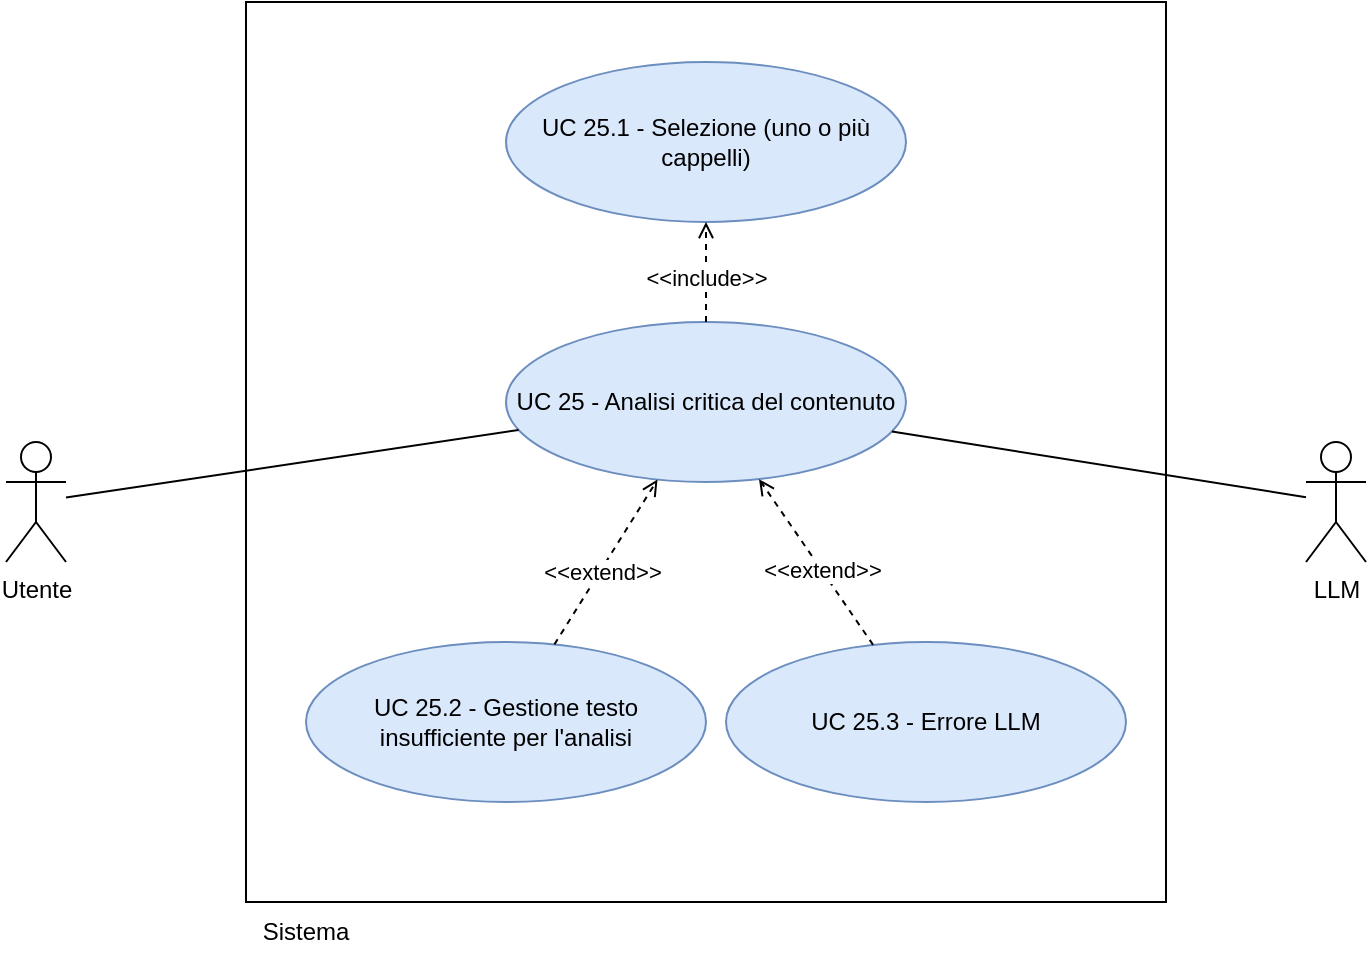
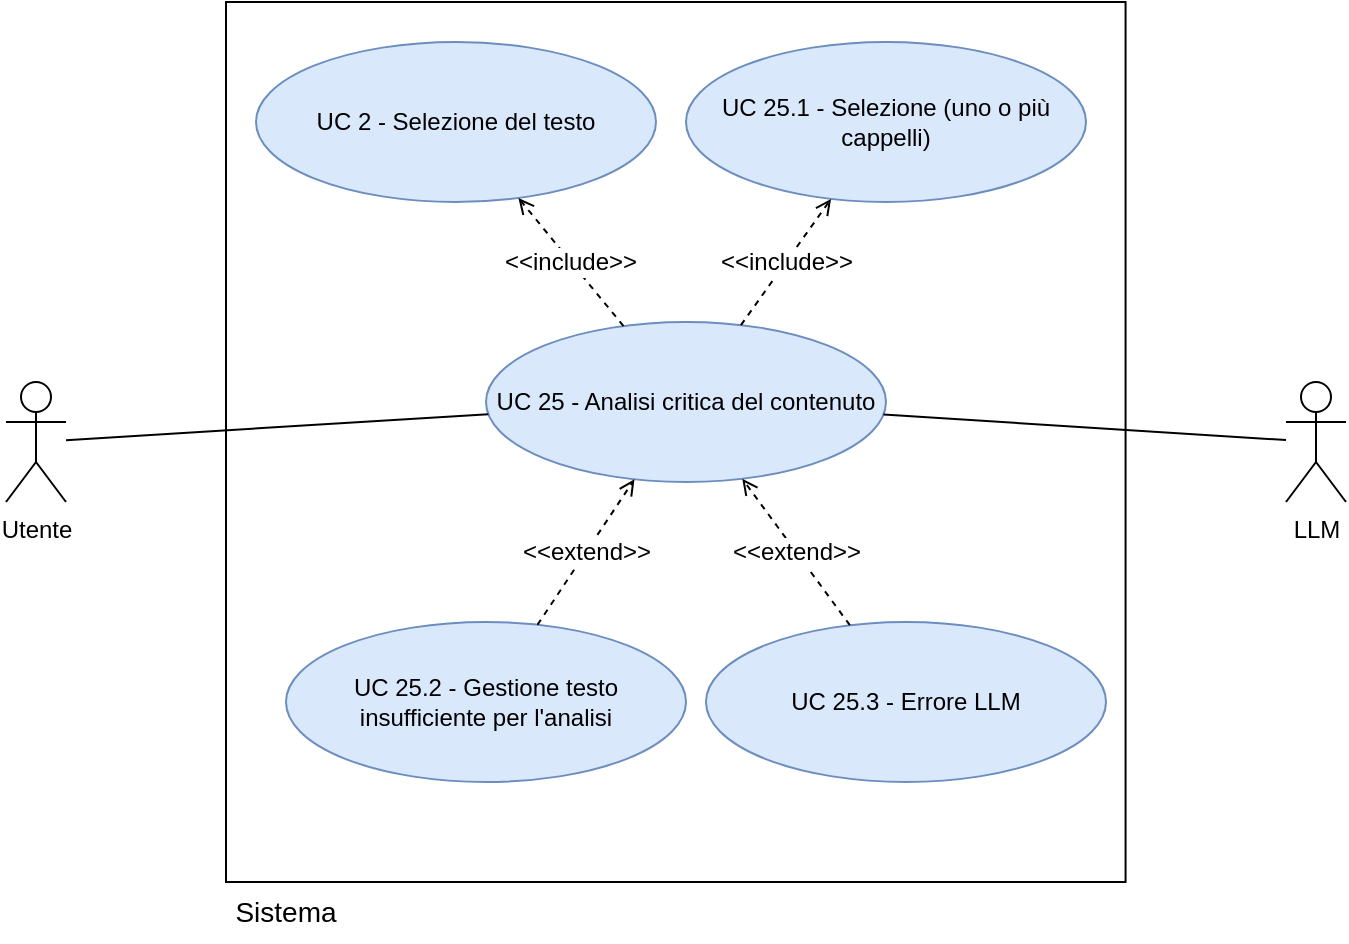
- <mxfile host="app.diagrams.net">
-   <diagram name="UC 11 - Gestione Codice" id="Kt2Dgr2KxfvWRwyXOeAN">
-     <mxGraphModel dx="1134" dy="789" grid="1" gridSize="10" guides="1" tooltips="1" connect="1" arrows="1" fold="1" page="1" pageScale="1" pageWidth="850" pageHeight="1100" math="0" shadow="0">
-       <root>
-         <mxCell id="0" />
-         <mxCell id="1" parent="0" />
-         <mxCell id="p2sep0m7qQ60FvVHNfT_-284" parent="1" style="shape=umlActor;verticalLabelPosition=bottom;verticalAlign=top;html=1;outlineConnect=0;" value="Utente" vertex="1">
-           <mxGeometry height="60" width="30" x="90" y="400" as="geometry" />
-         </mxCell>
-         <mxCell id="p2sep0m7qQ60FvVHNfT_-285" parent="1" style="shape=umlActor;verticalLabelPosition=bottom;verticalAlign=top;html=1;outlineConnect=0;" value="LLM" vertex="1">
-           <mxGeometry height="60" width="30" x="740" y="400" as="geometry" />
-         </mxCell>
-         <mxCell id="p2sep0m7qQ60FvVHNfT_-286" parent="1" style="whiteSpace=wrap;html=1;aspect=fixed;" value="" vertex="1">
-           <mxGeometry height="450" width="460" x="210" y="180" as="geometry" />
-         </mxCell>
-         <mxCell id="p2sep0m7qQ60FvVHNfT_-287" parent="1" style="text;html=1;whiteSpace=wrap;strokeColor=none;fillColor=none;align=center;verticalAlign=middle;rounded=0;" value="Sistema" vertex="1">
-           <mxGeometry height="30" width="60" x="210" y="630" as="geometry" />
-         </mxCell>
-         <mxCell id="p2sep0m7qQ60FvVHNfT_-288" parent="1" style="ellipse;whiteSpace=wrap;html=1;fillColor=#dae8fc;strokeColor=#6c8ebf;" value="UC 25 - Analisi critica del contenuto" vertex="1">
-           <mxGeometry height="80" width="200" x="340" y="340" as="geometry" />
-         </mxCell>
-         <mxCell id="p2sep0m7qQ60FvVHNfT_-289" parent="1" style="ellipse;whiteSpace=wrap;html=1;fillColor=#dae8fc;strokeColor=#6c8ebf;" value="UC 25.1 - Selezione (uno o più cappelli)" vertex="1">
-           <mxGeometry height="80" width="200" x="340" y="210" as="geometry" />
-         </mxCell>
-         <mxCell id="p2sep0m7qQ60FvVHNfT_-290" parent="1" style="ellipse;whiteSpace=wrap;html=1;fillColor=#dae8fc;strokeColor=#6c8ebf;" value="UC 25.2 - Gestione testo insufficiente per l&#39;analisi" vertex="1">
-           <mxGeometry height="80" width="200" x="240" y="500" as="geometry" />
-         </mxCell>
-         <mxCell id="p2sep0m7qQ60FvVHNfT_-291" parent="1" style="ellipse;whiteSpace=wrap;html=1;fillColor=#dae8fc;strokeColor=#6c8ebf;" value="UC 25.3 - Errore LLM" vertex="1">
-           <mxGeometry height="80" width="200" x="450" y="500" as="geometry" />
-         </mxCell>
-         <mxCell id="p2sep0m7qQ60FvVHNfT_-292" edge="1" parent="1" source="p2sep0m7qQ60FvVHNfT_-284" style="edgeStyle=none;rounded=0;orthogonalLoop=1;jettySize=auto;html=1;endArrow=none;endFill=0;" target="p2sep0m7qQ60FvVHNfT_-288">
-           <mxGeometry relative="1" as="geometry" />
-         </mxCell>
-         <mxCell id="p2sep0m7qQ60FvVHNfT_-293" edge="1" parent="1" source="p2sep0m7qQ60FvVHNfT_-285" style="edgeStyle=none;rounded=0;orthogonalLoop=1;jettySize=auto;html=1;endArrow=none;endFill=0;" target="p2sep0m7qQ60FvVHNfT_-288">
-           <mxGeometry relative="1" as="geometry" />
-         </mxCell>
-         <mxCell id="p2sep0m7qQ60FvVHNfT_-294" edge="1" parent="1" source="p2sep0m7qQ60FvVHNfT_-288" style="edgeStyle=none;rounded=0;orthogonalLoop=1;jettySize=auto;html=1;endArrow=open;endFill=0;dashed=1;" target="p2sep0m7qQ60FvVHNfT_-289">
-           <mxGeometry relative="1" as="geometry" />
-         </mxCell>
-         <mxCell id="p2sep0m7qQ60FvVHNfT_-295" connectable="0" parent="p2sep0m7qQ60FvVHNfT_-294" style="edgeLabel;html=1;align=center;verticalAlign=middle;resizable=0;points=[];" value="&amp;lt;&amp;lt;include&amp;gt;&amp;gt;" vertex="1">
-           <mxGeometry relative="1" x="-0.1" as="geometry">
-             <mxPoint as="offset" />
-           </mxGeometry>
-         </mxCell>
-         <mxCell id="p2sep0m7qQ60FvVHNfT_-296" edge="1" parent="1" source="p2sep0m7qQ60FvVHNfT_-290" style="edgeStyle=none;rounded=0;orthogonalLoop=1;jettySize=auto;html=1;endArrow=open;endFill=0;dashed=1;" target="p2sep0m7qQ60FvVHNfT_-288">
-           <mxGeometry relative="1" as="geometry" />
-         </mxCell>
-         <mxCell id="p2sep0m7qQ60FvVHNfT_-297" connectable="0" parent="p2sep0m7qQ60FvVHNfT_-296" style="edgeLabel;html=1;align=center;verticalAlign=middle;resizable=0;points=[];" value="&amp;lt;&amp;lt;extend&amp;gt;&amp;gt;" vertex="1">
-           <mxGeometry relative="1" x="-0.1" as="geometry">
-             <mxPoint as="offset" />
-           </mxGeometry>
-         </mxCell>
-         <mxCell id="p2sep0m7qQ60FvVHNfT_-298" edge="1" parent="1" source="p2sep0m7qQ60FvVHNfT_-291" style="edgeStyle=none;rounded=0;orthogonalLoop=1;jettySize=auto;html=1;endArrow=open;endFill=0;dashed=1;" target="p2sep0m7qQ60FvVHNfT_-288">
-           <mxGeometry relative="1" as="geometry" />
-         </mxCell>
-         <mxCell id="p2sep0m7qQ60FvVHNfT_-299" connectable="0" parent="p2sep0m7qQ60FvVHNfT_-298" style="edgeLabel;html=1;align=center;verticalAlign=middle;resizable=0;points=[];" value="&amp;lt;&amp;lt;extend&amp;gt;&amp;gt;" vertex="1">
-           <mxGeometry relative="1" x="-0.1" as="geometry">
-             <mxPoint as="offset" />
-           </mxGeometry>
-         </mxCell>
-       </root>
-     </mxGraphModel>
-   </diagram>
- </mxfile>
+ <mxGraphModel dx="1131" dy="591" grid="1" gridSize="10" guides="1" tooltips="1" connect="1" arrows="1" fold="1" page="1" pageScale="1" pageWidth="850" pageHeight="1100" math="0" shadow="0">
+   <root>
+     <mxCell id="0" />
+     <mxCell id="1" parent="0" />
+     <mxCell id="p2sep0m7qQ60FvVHNfT_-284" parent="1" style="shape=umlActor;verticalLabelPosition=bottom;verticalAlign=top;html=1;outlineConnect=0;" value="Utente" vertex="1">
+       <mxGeometry height="60" width="30" x="100" y="370" as="geometry" />
+     </mxCell>
+     <mxCell id="p2sep0m7qQ60FvVHNfT_-285" parent="1" style="shape=umlActor;verticalLabelPosition=bottom;verticalAlign=top;html=1;outlineConnect=0;" value="LLM" vertex="1">
+       <mxGeometry height="60" width="30" x="740" y="370" as="geometry" />
+     </mxCell>
+     <mxCell id="p2sep0m7qQ60FvVHNfT_-286" parent="1" style="whiteSpace=wrap;html=1;aspect=fixed;" value="" vertex="1">
+       <mxGeometry height="440" width="449.78" x="210" y="180" as="geometry" />
+     </mxCell>
+     <mxCell id="p2sep0m7qQ60FvVHNfT_-287" parent="1" style="text;html=1;whiteSpace=wrap;strokeColor=none;fillColor=none;align=center;verticalAlign=middle;rounded=0;strokeWidth=4;" value="&lt;font style=&quot;font-size: 14px;&quot;&gt;Sistema&lt;/font&gt;" vertex="1">
+       <mxGeometry height="30" width="60" x="210" y="620" as="geometry" />
+     </mxCell>
+     <mxCell id="p2sep0m7qQ60FvVHNfT_-288" parent="1" style="ellipse;whiteSpace=wrap;html=1;fillColor=#dae8fc;strokeColor=#6c8ebf;" value="UC 25 - Analisi critica del contenuto" vertex="1">
+       <mxGeometry height="80" width="200" x="340" y="340" as="geometry" />
+     </mxCell>
+     <mxCell id="p2sep0m7qQ60FvVHNfT_-289" parent="1" style="ellipse;whiteSpace=wrap;html=1;fillColor=#dae8fc;strokeColor=#6c8ebf;" value="UC 25.1 - Selezione (uno o più cappelli)" vertex="1">
+       <mxGeometry height="80" width="200" x="440" y="200" as="geometry" />
+     </mxCell>
+     <mxCell id="p2sep0m7qQ60FvVHNfT_-290" parent="1" style="ellipse;whiteSpace=wrap;html=1;fillColor=#dae8fc;strokeColor=#6c8ebf;" value="UC 25.2 - Gestione testo insufficiente per l&#39;analisi" vertex="1">
+       <mxGeometry height="80" width="200" x="240" y="490" as="geometry" />
+     </mxCell>
+     <mxCell id="p2sep0m7qQ60FvVHNfT_-291" parent="1" style="ellipse;whiteSpace=wrap;html=1;fillColor=#dae8fc;strokeColor=#6c8ebf;" value="UC 25.3 - Errore LLM" vertex="1">
+       <mxGeometry height="80" width="200" x="450" y="490" as="geometry" />
+     </mxCell>
+     <mxCell id="p2sep0m7qQ60FvVHNfT_-292" edge="1" parent="1" source="p2sep0m7qQ60FvVHNfT_-284" style="edgeStyle=none;rounded=0;orthogonalLoop=1;jettySize=auto;html=1;endArrow=none;endFill=0;" target="p2sep0m7qQ60FvVHNfT_-288">
+       <mxGeometry relative="1" as="geometry" />
+     </mxCell>
+     <mxCell id="p2sep0m7qQ60FvVHNfT_-293" edge="1" parent="1" source="p2sep0m7qQ60FvVHNfT_-285" style="edgeStyle=none;rounded=0;orthogonalLoop=1;jettySize=auto;html=1;endArrow=none;endFill=0;" target="p2sep0m7qQ60FvVHNfT_-288">
+       <mxGeometry relative="1" as="geometry" />
+     </mxCell>
+     <mxCell id="p2sep0m7qQ60FvVHNfT_-294" edge="1" parent="1" source="p2sep0m7qQ60FvVHNfT_-288" style="edgeStyle=none;rounded=0;orthogonalLoop=1;jettySize=auto;html=1;endArrow=open;endFill=0;dashed=1;" target="p2sep0m7qQ60FvVHNfT_-289" value="&lt;small&gt;&lt;font style=&quot;font-size: 12px;&quot;&gt;&amp;lt;&amp;lt;include&amp;gt;&amp;gt;&lt;/font&gt;&lt;/small&gt;">
+       <mxGeometry relative="1" as="geometry" />
+     </mxCell>
+     <mxCell id="p2sep0m7qQ60FvVHNfT_-296" edge="1" parent="1" source="p2sep0m7qQ60FvVHNfT_-290" style="edgeStyle=none;rounded=0;orthogonalLoop=1;jettySize=auto;html=1;endArrow=open;endFill=0;dashed=1;" target="p2sep0m7qQ60FvVHNfT_-288" value="&lt;small&gt;&lt;font style=&quot;font-size: 12px;&quot;&gt;&amp;lt;&amp;lt;extend&amp;gt;&amp;gt;&lt;/font&gt;&lt;/small&gt;">
+       <mxGeometry relative="1" as="geometry" />
+     </mxCell>
+     <mxCell id="p2sep0m7qQ60FvVHNfT_-298" edge="1" parent="1" source="p2sep0m7qQ60FvVHNfT_-291" style="edgeStyle=none;rounded=0;orthogonalLoop=1;jettySize=auto;html=1;endArrow=open;endFill=0;dashed=1;" target="p2sep0m7qQ60FvVHNfT_-288" value="&lt;small&gt;&lt;font style=&quot;font-size: 12px;&quot;&gt;&amp;lt;&amp;lt;extend&amp;gt;&amp;gt;&lt;/font&gt;&lt;/small&gt;">
+       <mxGeometry relative="1" as="geometry" />
+     </mxCell>
+     <mxCell id="UC2_SEL" parent="1" style="ellipse;whiteSpace=wrap;html=1;fillColor=#dae8fc;strokeColor=#6c8ebf;" value="UC 2 - Selezione del testo" vertex="1">
+       <mxGeometry height="80" width="200" x="225" y="200" as="geometry" />
+     </mxCell>
+     <mxCell id="UC2_EDGE_INC" edge="1" parent="1" source="p2sep0m7qQ60FvVHNfT_-288" style="edgeStyle=none;rounded=0;orthogonalLoop=1;jettySize=auto;html=1;endArrow=open;endFill=0;dashed=1;" target="UC2_SEL" value="&lt;small&gt;&lt;font style=&quot;font-size: 12px;&quot;&gt;&amp;lt;&amp;lt;include&amp;gt;&amp;gt;&lt;/font&gt;&lt;/small&gt;">
+       <mxGeometry relative="1" as="geometry" />
+     </mxCell>
+   </root>
+ </mxGraphModel>
